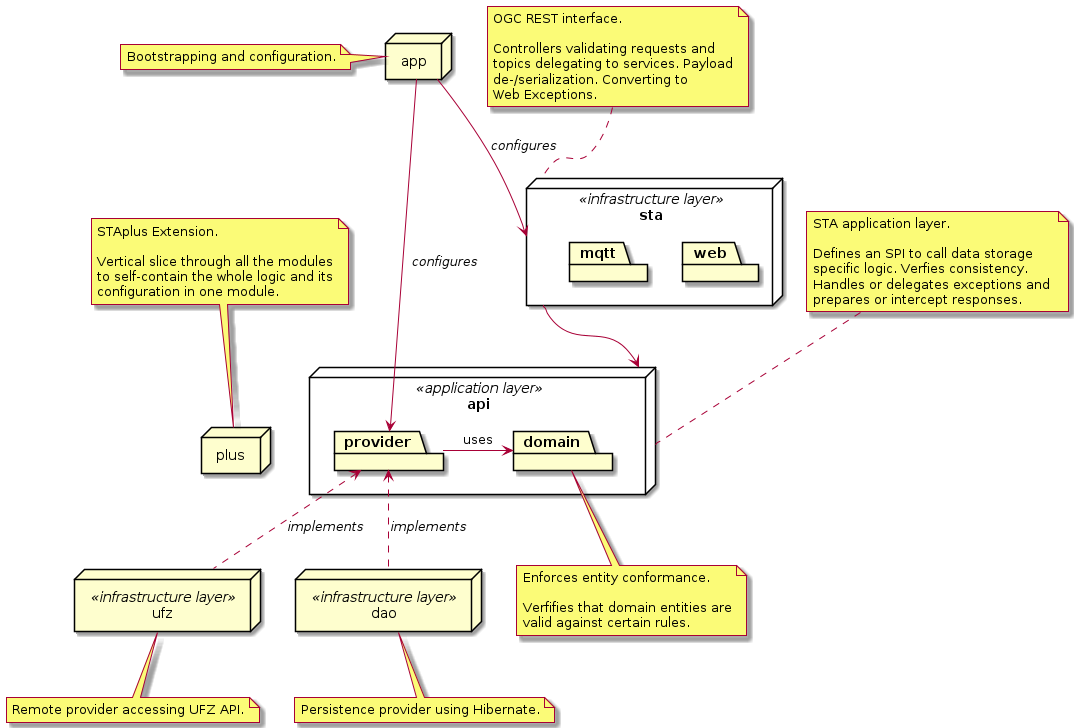
Earlier version of the PlantUML export docs/images/modules/Modules and Dependencies.png (52North/sensorweb-server-sta).
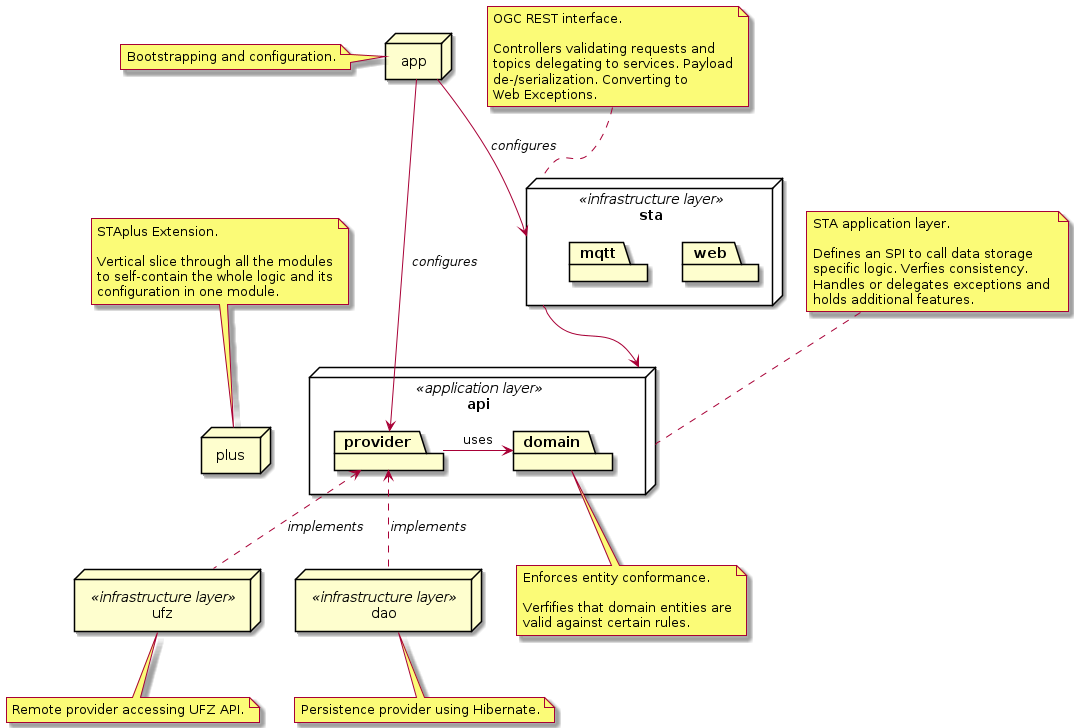
After the change.

The edit, as a diff of the source:
```diff
@@ -38,15 +38,15 @@
     Defines an SPI to call data storage
     specific logic. Verfies consistency.
     Handles or delegates exceptions and
-    prepares or intercept responses.
+    holds additional features.
 end note
 
 api_note .. api
 domain_note .u. domain
 
 together {
+    node ufz <<infrastructure layer>>
     node dao <<infrastructure layer>>
-    node ufz <<infrastructure layer>>
 }
 note as dao_note
     Persistence provider using Hibernate.
```
